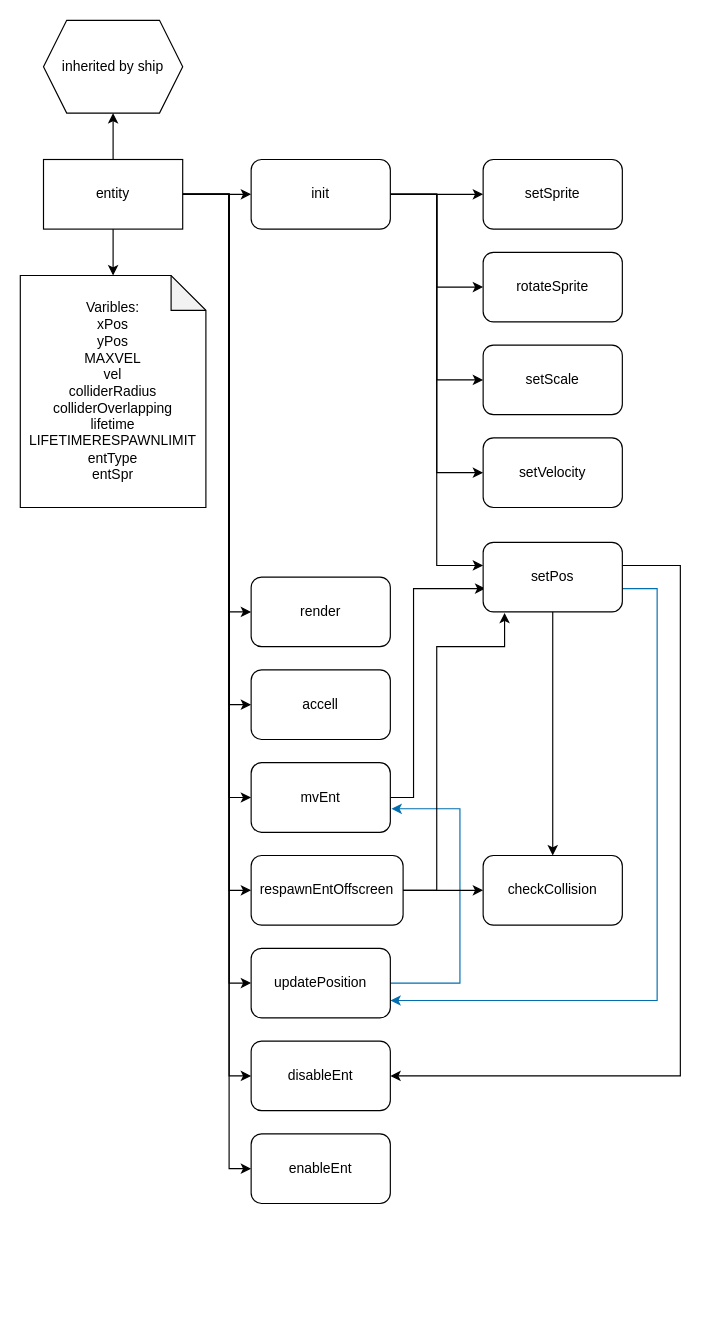
The draw.io diagram evidenceFolder/homework4/drawDocStuff/hw4EntPlannedUpgradesPDD.drawio in dr1zzleGDShu/miscRepoFixed, before the edit. Source tidied: cells renumbered, new cells numbered last; positions are measured from the earlier drawing's top-left corner, leaving out a move shared by most shapes. Both pictures are drawn from the tidied source at 116%, with x=0, y=0 at pixel (20, 20).
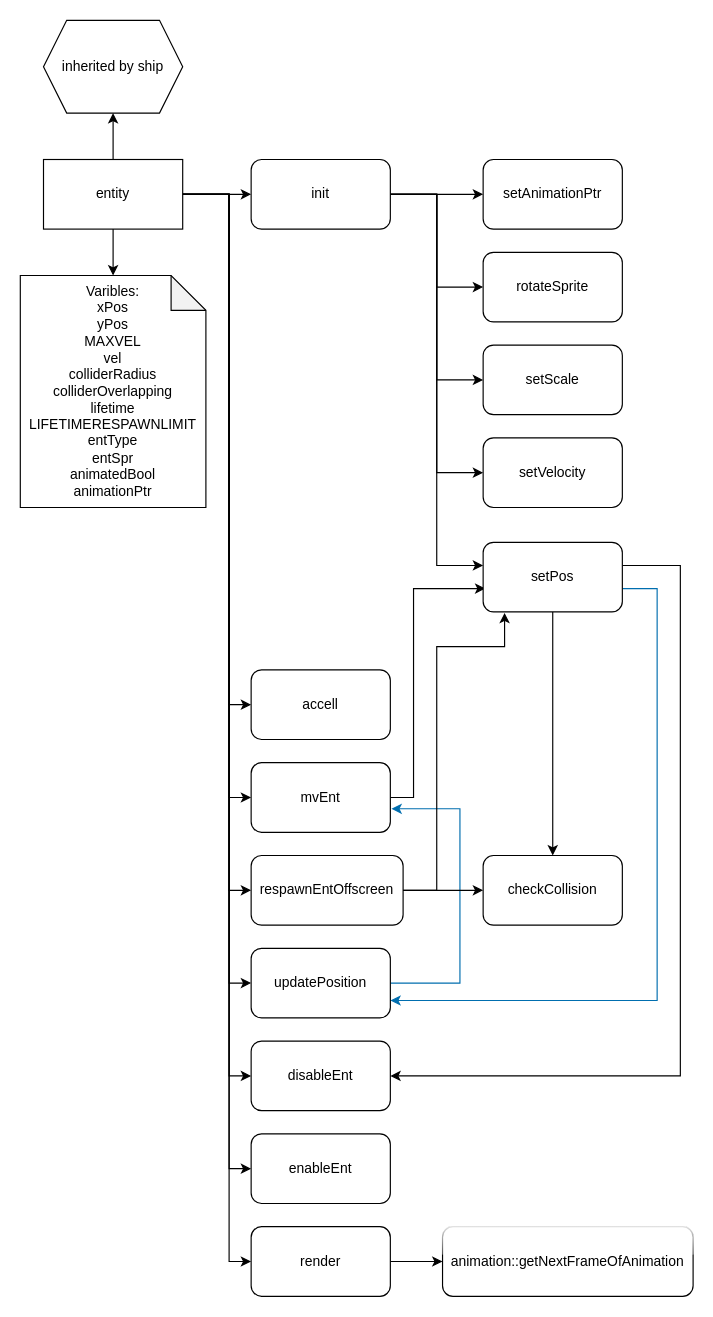
After the change.

Unchanged cells that the change refers to:
```xml
<mxCell id="15" value="entity" style="rounded=0;whiteSpace=wrap;html=1;" parent="1" vertex="1">
  <mxGeometry x="20" y="120" width="120" height="60" as="geometry" />
</mxCell>
```

The edit, as a diff of the source:
```diff
@@
     <mxCell id="6" style="edgeStyle=orthogonalEdgeStyle;rounded=0;jettySize=auto;html=1;entryX=0;entryY=0.5;entryDx=0;entryDy=0;" parent="1" edge="1" source="15" target="28">
       <mxGeometry relative="1" as="geometry">
         <Array as="points">
           <mxPoint x="180" y="150" />
-          <mxPoint x="180" y="510" />
+          <mxPoint x="180" y="1070" />
         </Array>
       </mxGeometry>
     </mxCell>
@@
-    <mxCell id="22" value="setSprite" style="rounded=1;whiteSpace=wrap;html=1;" parent="1" vertex="1">
+    <mxCell id="22" value="setAnimationPtr" style="rounded=1;whiteSpace=wrap;html=1;" parent="1" vertex="1">
       <mxGeometry x="399" y="120" width="120" height="60" as="geometry" />
     </mxCell>
@@
+    <mxCell id="41" style="edgeStyle=orthogonalEdgeStyle;rounded=0;jettySize=auto;html=1;entryX=0;entryY=0.5;entryDx=0;entryDy=0;" parent="1" edge="1" source="28" target="42">
+      <mxGeometry relative="1" as="geometry">
+        <Array as="points">
+          <mxPoint x="360" y="1070" />
+          <mxPoint x="360" y="1070" />
+        </Array>
+      </mxGeometry>
+    </mxCell>
     <mxCell id="28" value="render" style="whiteSpace=wrap;html=1;rounded=1;glass=0;" parent="1" vertex="1">
-      <mxGeometry x="199" y="480" width="120" height="60" as="geometry" />
+      <mxGeometry x="199" y="1040" width="120" height="60" as="geometry" />
     </mxCell>
@@
-    <mxCell id="40" value="&lt;div&gt;Varibles:&lt;/div&gt;xPos&lt;div&gt;yPos&lt;/div&gt;&lt;div&gt;MAXVEL&lt;/div&gt;&lt;div&gt;vel&lt;/div&gt;&lt;div&gt;colliderRadius&lt;/div&gt;&lt;div&gt;colliderOverlapping&lt;/div&gt;&lt;div&gt;lifetime&lt;/div&gt;&lt;div&gt;LIFETIMERESPAWNLIMIT&lt;/div&gt;&lt;div&gt;entType&lt;/div&gt;&lt;div&gt;entSpr&lt;/div&gt;" style="shape=note;whiteSpace=wrap;html=1;backgroundOutline=1;darkOpacity=0.05;" parent="1" vertex="1">
+    <mxCell id="40" value="&lt;div&gt;Varibles:&lt;/div&gt;xPos&lt;div&gt;yPos&lt;/div&gt;&lt;div&gt;MAXVEL&lt;/div&gt;&lt;div&gt;vel&lt;/div&gt;&lt;div&gt;colliderRadius&lt;/div&gt;&lt;div&gt;colliderOverlapping&lt;/div&gt;&lt;div&gt;lifetime&lt;/div&gt;&lt;div&gt;LIFETIMERESPAWNLIMIT&lt;/div&gt;&lt;div&gt;entType&lt;/div&gt;&lt;div&gt;entSpr&lt;/div&gt;&lt;div&gt;&lt;span style=&quot;background-color: initial;&quot;&gt;animatedBool&lt;/span&gt;&lt;br&gt;&lt;/div&gt;&lt;div&gt;&lt;span style=&quot;background-color: initial;&quot;&gt;animationPtr&lt;/span&gt;&lt;/div&gt;" style="shape=note;whiteSpace=wrap;html=1;backgroundOutline=1;darkOpacity=0.05;" parent="1" vertex="1">
       <mxGeometry y="220" width="160" height="200" as="geometry" />
     </mxCell>
+    <mxCell id="42" value="animation::getNextFrameOfAnimation" style="whiteSpace=wrap;html=1;rounded=1;glass=1;" parent="1" vertex="1">
+      <mxGeometry x="364" y="1040" width="216" height="60" as="geometry" />
+    </mxCell>
```
